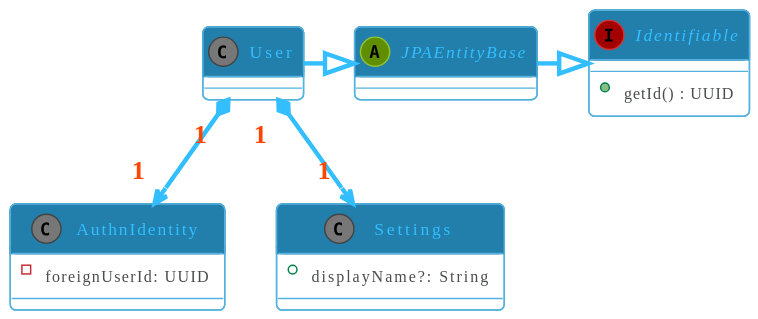
Above: user.svg in xenoterracide/iw-pm-backend (PlantUML), before the change.
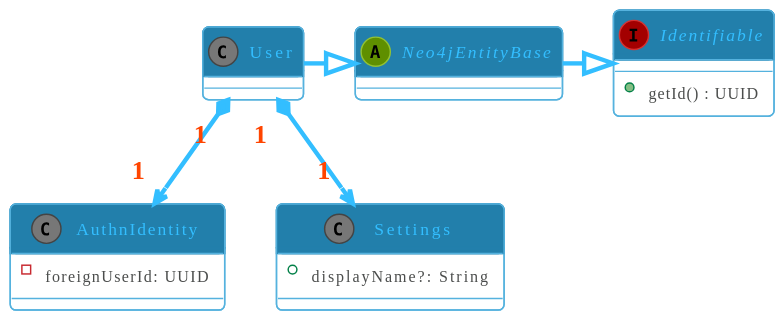
Above is the later version.

Commit message:
Generate SVG images for PlantUML diagrams

What changed in the source:
```diff
@@ -4,7 +4,7 @@
    +getId() : UUID
 }
 
-abstract JPAEntityBase
+abstract Neo4jEntityBase
 
 class AuthnIdentity {
     -foreignUserId: UUID
@@ -14,8 +14,8 @@
     +displayName?: String
 }
 
-JPAEntityBase -|> Identifiable
-User -|> JPAEntityBase
+Neo4jEntityBase -|> Identifiable
+User -|> Neo4jEntityBase
 
 User "1" *--> "1" AuthnIdentity
 User "1" *--> "1" Settings
```
